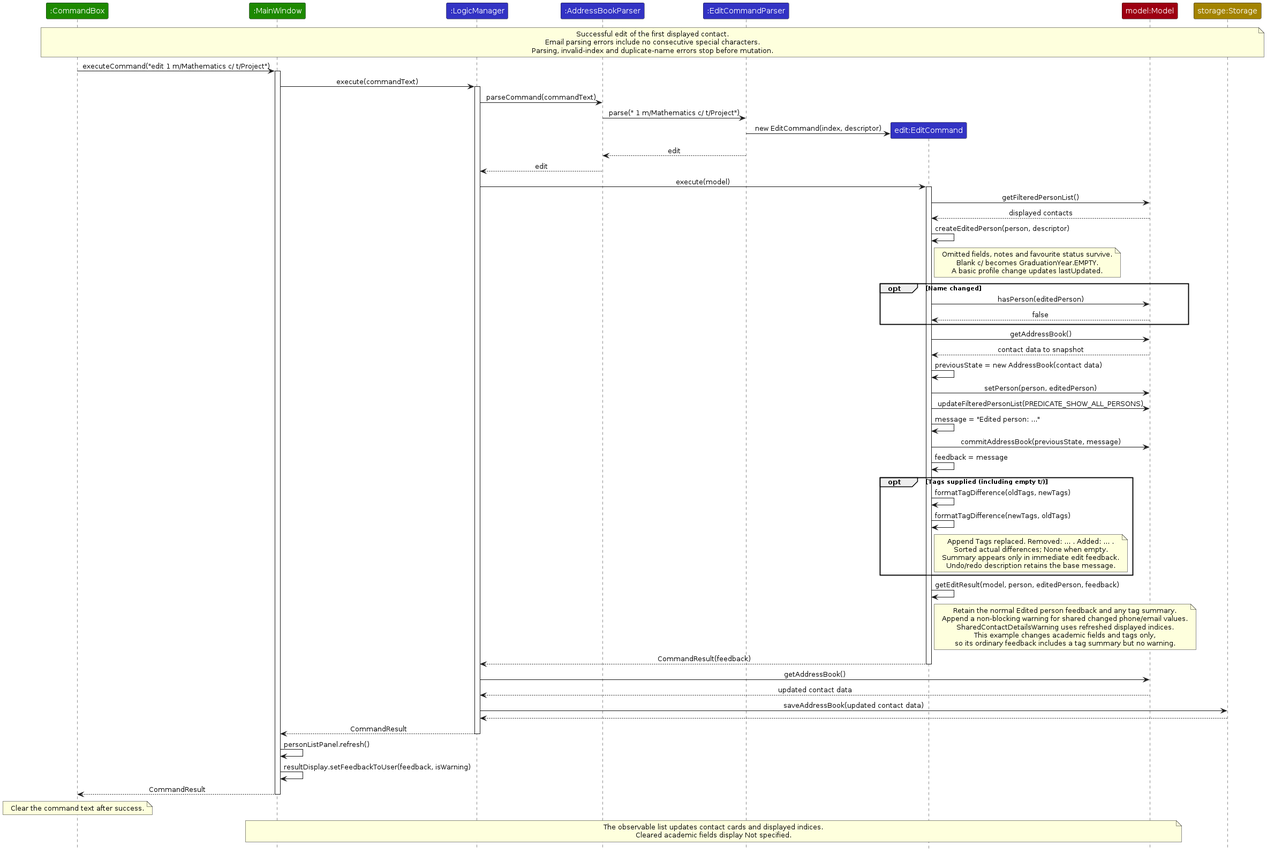
The PlantUML diagram diagrams/EditContactSequenceDiagram.png in AY2627S1-CS2103T-F15-3/tp, before a commit. Its source is kept beside it as diagrams/EditContactSequenceDiagram.puml.
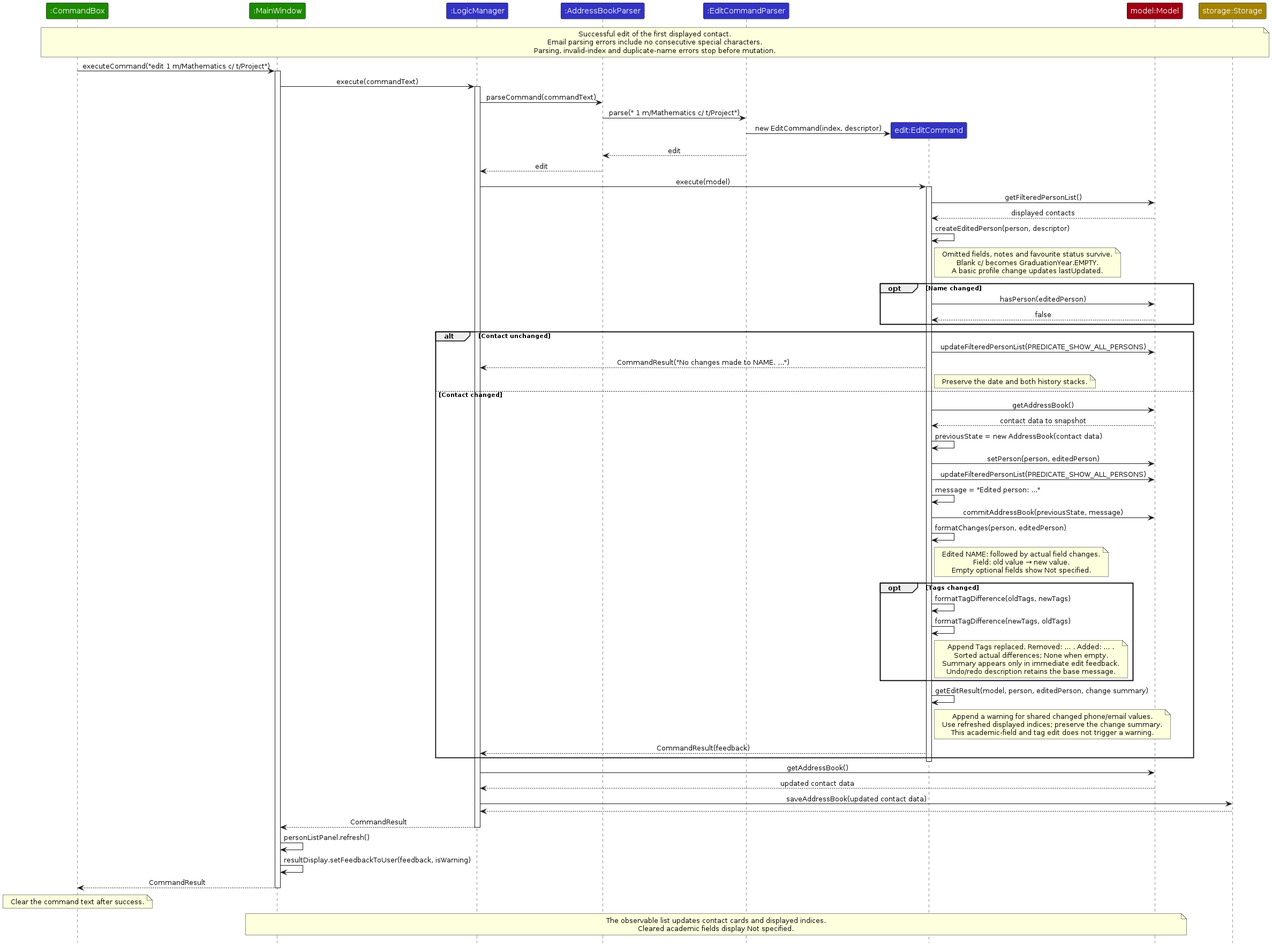
Later version of the same file.

Diff of the diagram source:
```diff
@@ -39,6 +39,11 @@
   Edit -> Model : hasPerson(editedPerson)
   Model --> Edit : false
 end
+alt Contact unchanged
+  Edit -> Model : updateFilteredPersonList(PREDICATE_SHOW_ALL_PERSONS)
+  Edit --> Logic : CommandResult("No changes made to NAME. ...")
+  note right of Edit : Preserve the date and both history stacks.
+else Contact changed
 Edit -> Model : getAddressBook()
 Model --> Edit : contact data to snapshot
 Edit -> Edit : previousState = new AddressBook(contact data)
@@ -46,8 +51,13 @@
 Edit -> Model : updateFilteredPersonList(PREDICATE_SHOW_ALL_PERSONS)
 Edit -> Edit : message = "Edited person: ..."
 Edit -> Model : commitAddressBook(previousState, message)
-Edit -> Edit : feedback = message
-opt Tags supplied (including empty t/)
+Edit -> Edit : formatChanges(person, editedPerson)
+note right of Edit
+  Edited NAME: followed by actual field changes.
+  Field: old value → new value.
+  Empty optional fields show Not specified.
+end note
+opt Tags changed
   Edit -> Edit : formatTagDifference(oldTags, newTags)
   Edit -> Edit : formatTagDifference(newTags, oldTags)
   note right of Edit
@@ -57,15 +67,14 @@
     Undo/redo description retains the base message.
   end note
 end
-Edit -> Edit : getEditResult(model, person, editedPerson, feedback)
+Edit -> Edit : getEditResult(model, person, editedPerson, change summary)
 note right of Edit
-  Retain the normal Edited person feedback and any tag summary.
-  Append a non-blocking warning for shared changed phone/email values.
-  SharedContactDetailsWarning uses refreshed displayed indices.
-  This example changes academic fields and tags only,
-  so its ordinary feedback includes a tag summary but no warning.
+  Append a warning for shared changed phone/email values.
+  Use refreshed displayed indices; preserve the change summary.
+  This academic-field and tag edit does not trigger a warning.
 end note
 Edit --> Logic : CommandResult(feedback)
+end
 deactivate Edit
 Logic -> Model : getAddressBook()
 Model --> Logic : updated contact data
```
